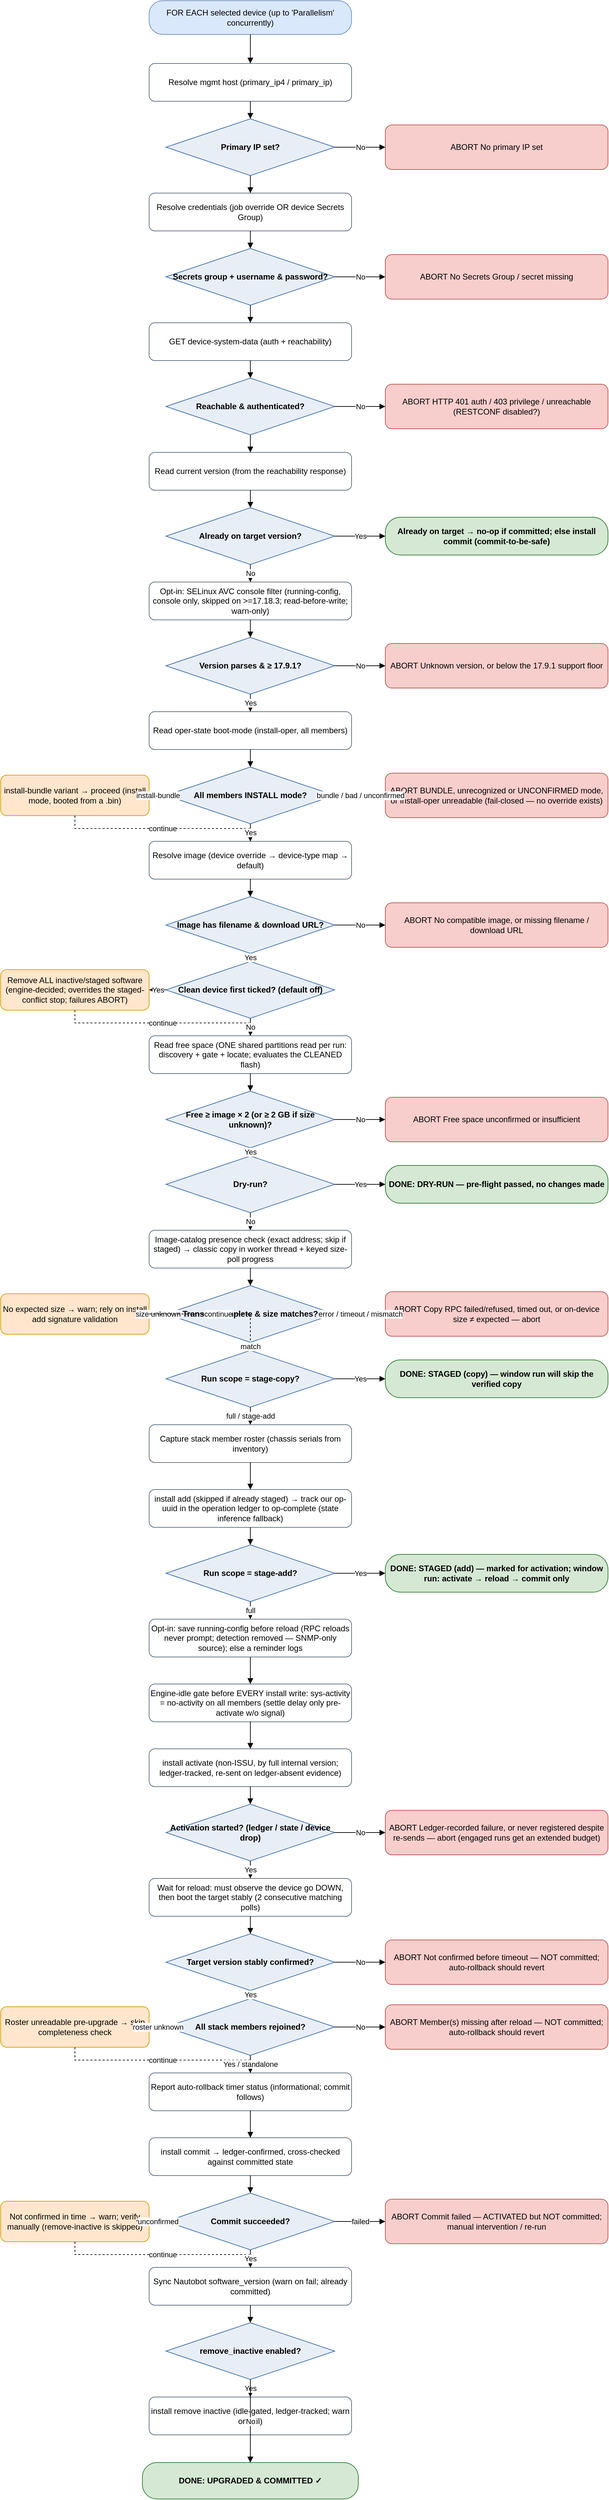
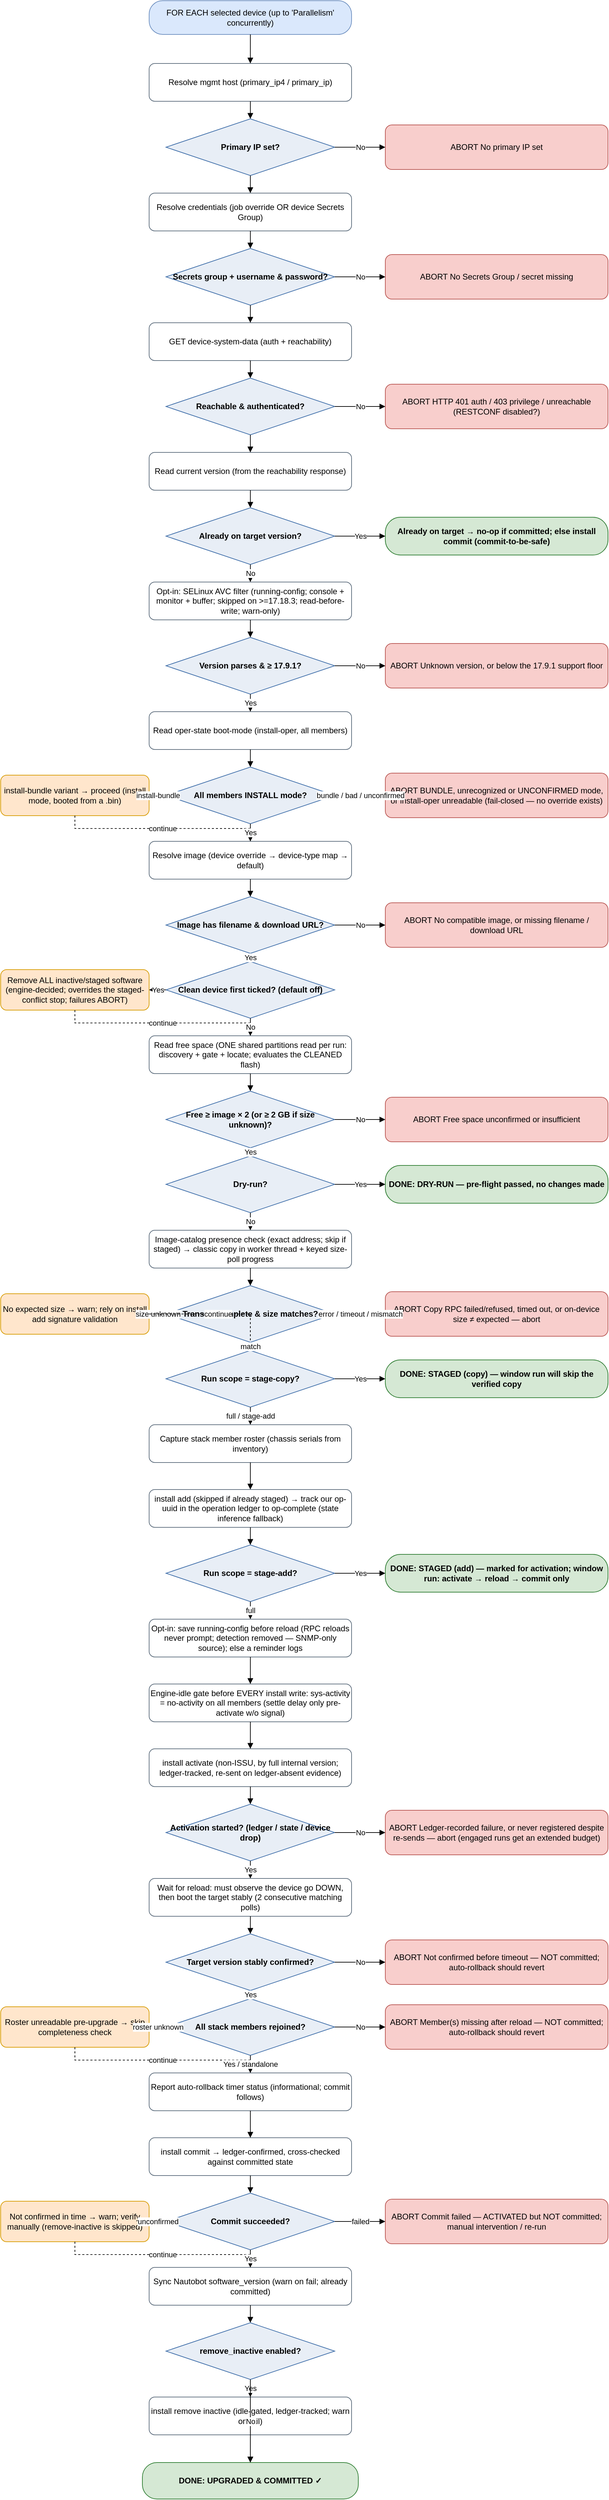
<mxfile host="app.diagrams.net" type="device">
  <diagram name="IOS-XE upgrade flow" id="iosxe-upgrade-flow">
    <mxGraphModel dx="1000" dy="2000" grid="1" gridSize="10" guides="1" tooltips="1"
        connect="1" arrows="1" fold="1" page="1" pageScale="1" math="0" shadow="0">
      <root>
        <mxCell id="0"/>
        <mxCell id="1" parent="0"/>
        <mxCell id="start" value="FOR EACH selected device&amp;#10;(up to &#x27;Parallelism&#x27; concurrently)" style="rounded=1;arcSize=40;whiteSpace=wrap;html=1;fillColor=#DAE8FC;strokeColor=#6C8EBF;" vertex="1" parent="1"><mxGeometry x="250" y="31" width="300" height="50" as="geometry"/></mxCell>
        <mxCell id="host" value="Resolve mgmt host&amp;#10;(primary_ip4 / primary_ip)" style="rounded=1;whiteSpace=wrap;html=1;fillColor=#FFFFFF;strokeColor=#5B6B7B;" vertex="1" parent="1"><mxGeometry x="250" y="124" width="300" height="56" as="geometry"/></mxCell>
        <mxCell id="d_ip" value="Primary IP set?" style="rhombus;whiteSpace=wrap;html=1;fillColor=#E8EEF6;strokeColor=#3C6CA8;fontStyle=1;" vertex="1" parent="1"><mxGeometry x="275" y="206" width="250" height="84" as="geometry"/></mxCell>
        <mxCell id="cred" value="Resolve credentials&amp;#10;(job override OR device Secrets Group)" style="rounded=1;whiteSpace=wrap;html=1;fillColor=#FFFFFF;strokeColor=#5B6B7B;" vertex="1" parent="1"><mxGeometry x="250" y="316" width="300" height="56" as="geometry"/></mxCell>
        <mxCell id="d_cred" value="Secrets group +&amp;#10;username &amp; password?" style="rhombus;whiteSpace=wrap;html=1;fillColor=#E8EEF6;strokeColor=#3C6CA8;fontStyle=1;" vertex="1" parent="1"><mxGeometry x="275" y="398" width="250" height="84" as="geometry"/></mxCell>
        <mxCell id="reach" value="GET device-system-data&amp;#10;(auth + reachability)" style="rounded=1;whiteSpace=wrap;html=1;fillColor=#FFFFFF;strokeColor=#5B6B7B;" vertex="1" parent="1"><mxGeometry x="250" y="508" width="300" height="56" as="geometry"/></mxCell>
        <mxCell id="d_reach" value="Reachable &amp;&amp;#10;authenticated?" style="rhombus;whiteSpace=wrap;html=1;fillColor=#E8EEF6;strokeColor=#3C6CA8;fontStyle=1;" vertex="1" parent="1"><mxGeometry x="275" y="590" width="250" height="84" as="geometry"/></mxCell>
        <mxCell id="curr" value="Read current version&amp;#10;(from the reachability response)" style="rounded=1;whiteSpace=wrap;html=1;fillColor=#FFFFFF;strokeColor=#5B6B7B;" vertex="1" parent="1"><mxGeometry x="250" y="700" width="300" height="56" as="geometry"/></mxCell>
        <mxCell id="d_target" value="Already on&amp;#10;target version?" style="rhombus;whiteSpace=wrap;html=1;fillColor=#E8EEF6;strokeColor=#3C6CA8;fontStyle=1;" vertex="1" parent="1"><mxGeometry x="275" y="782" width="250" height="84" as="geometry"/></mxCell>
-         <mxCell id="avcsup" value="Opt-in: SELinux AVC console filter&amp;#10;(running-config, console only, skipped on&amp;#10;&gt;=17.18.3; read-before-write; warn-only)" style="rounded=1;whiteSpace=wrap;html=1;fillColor=#FFFFFF;strokeColor=#5B6B7B;" vertex="1" parent="1"><mxGeometry x="250" y="892" width="300" height="56" as="geometry"/></mxCell>
+         <mxCell id="avcsup" value="Opt-in: SELinux AVC filter (running-config;&amp;#10;console + monitor + buffer; skipped on&amp;#10;&gt;=17.18.3; read-before-write; warn-only)" style="rounded=1;whiteSpace=wrap;html=1;fillColor=#FFFFFF;strokeColor=#5B6B7B;" vertex="1" parent="1"><mxGeometry x="250" y="892" width="300" height="56" as="geometry"/></mxCell>
        <mxCell id="d_floor" value="Version parses&amp;#10;&amp; ≥ 17.9.1?" style="rhombus;whiteSpace=wrap;html=1;fillColor=#E8EEF6;strokeColor=#3C6CA8;fontStyle=1;" vertex="1" parent="1"><mxGeometry x="275" y="974" width="250" height="84" as="geometry"/></mxCell>
        <mxCell id="mode" value="Read oper-state boot-mode&amp;#10;(install-oper, all members)" style="rounded=1;whiteSpace=wrap;html=1;fillColor=#FFFFFF;strokeColor=#5B6B7B;" vertex="1" parent="1"><mxGeometry x="250" y="1084" width="300" height="56" as="geometry"/></mxCell>
        <mxCell id="d_mode" value="All members&amp;#10;INSTALL mode?" style="rhombus;whiteSpace=wrap;html=1;fillColor=#E8EEF6;strokeColor=#3C6CA8;fontStyle=1;" vertex="1" parent="1"><mxGeometry x="275" y="1166" width="250" height="84" as="geometry"/></mxCell>
        <mxCell id="img" value="Resolve image (device override →&amp;#10;device-type map → default)" style="rounded=1;whiteSpace=wrap;html=1;fillColor=#FFFFFF;strokeColor=#5B6B7B;" vertex="1" parent="1"><mxGeometry x="250" y="1276" width="300" height="56" as="geometry"/></mxCell>
        <mxCell id="d_img" value="Image has filename&amp;#10;&amp; download URL?" style="rhombus;whiteSpace=wrap;html=1;fillColor=#E8EEF6;strokeColor=#3C6CA8;fontStyle=1;" vertex="1" parent="1"><mxGeometry x="275" y="1358" width="250" height="84" as="geometry"/></mxCell>
        <mxCell id="d_clean" value="Clean device first&amp;#10;ticked? (default off)" style="rhombus;whiteSpace=wrap;html=1;fillColor=#E8EEF6;strokeColor=#3C6CA8;fontStyle=1;" vertex="1" parent="1"><mxGeometry x="275" y="1454" width="250" height="84" as="geometry"/></mxCell>
        <mxCell id="space" value="Read free space (ONE shared partitions&amp;#10;read per run: discovery + gate + locate;&amp;#10;evaluates the CLEANED flash)" style="rounded=1;whiteSpace=wrap;html=1;fillColor=#FFFFFF;strokeColor=#5B6B7B;" vertex="1" parent="1"><mxGeometry x="250" y="1564" width="300" height="56" as="geometry"/></mxCell>
        <mxCell id="d_space" value="Free ≥ image × 2&amp;#10;(or ≥ 2 GB if size unknown)?" style="rhombus;whiteSpace=wrap;html=1;fillColor=#E8EEF6;strokeColor=#3C6CA8;fontStyle=1;" vertex="1" parent="1"><mxGeometry x="275" y="1646" width="250" height="84" as="geometry"/></mxCell>
        <mxCell id="d_dry" value="Dry-run?" style="rhombus;whiteSpace=wrap;html=1;fillColor=#E8EEF6;strokeColor=#3C6CA8;fontStyle=1;" vertex="1" parent="1"><mxGeometry x="275" y="1742" width="250" height="84" as="geometry"/></mxCell>
        <mxCell id="copy" value="Image-catalog presence check (exact address;&amp;#10;skip if staged) → classic copy in worker&amp;#10;thread + keyed size-poll progress" style="rounded=1;whiteSpace=wrap;html=1;fillColor=#FFFFFF;strokeColor=#5B6B7B;" vertex="1" parent="1"><mxGeometry x="250" y="1852" width="300" height="56" as="geometry"/></mxCell>
        <mxCell id="d_size" value="Transfer complete&amp;#10;&amp; size matches?" style="rhombus;whiteSpace=wrap;html=1;fillColor=#E8EEF6;strokeColor=#3C6CA8;fontStyle=1;" vertex="1" parent="1"><mxGeometry x="275" y="1934" width="250" height="84" as="geometry"/></mxCell>
        <mxCell id="d_stagecopy" value="Run scope =&amp;#10;stage-copy?" style="rhombus;whiteSpace=wrap;html=1;fillColor=#E8EEF6;strokeColor=#3C6CA8;fontStyle=1;" vertex="1" parent="1"><mxGeometry x="275" y="2030" width="250" height="84" as="geometry"/></mxCell>
        <mxCell id="roster" value="Capture stack member roster&amp;#10;(chassis serials from inventory)" style="rounded=1;whiteSpace=wrap;html=1;fillColor=#FFFFFF;strokeColor=#5B6B7B;" vertex="1" parent="1"><mxGeometry x="250" y="2140" width="300" height="56" as="geometry"/></mxCell>
        <mxCell id="add" value="install add (skipped if already staged) →&amp;#10;track our op-uuid in the operation ledger&amp;#10;to op-complete (state inference fallback)" style="rounded=1;whiteSpace=wrap;html=1;fillColor=#FFFFFF;strokeColor=#5B6B7B;" vertex="1" parent="1"><mxGeometry x="250" y="2236" width="300" height="56" as="geometry"/></mxCell>
        <mxCell id="d_stageadd" value="Run scope =&amp;#10;stage-add?" style="rhombus;whiteSpace=wrap;html=1;fillColor=#E8EEF6;strokeColor=#3C6CA8;fontStyle=1;" vertex="1" parent="1"><mxGeometry x="275" y="2318" width="250" height="84" as="geometry"/></mxCell>
        <mxCell id="cfgsync" value="Opt-in: save running-config before reload&amp;#10;(RPC reloads never prompt; detection removed&amp;#10;— SNMP-only source); else a reminder logs" style="rounded=1;whiteSpace=wrap;html=1;fillColor=#FFFFFF;strokeColor=#5B6B7B;" vertex="1" parent="1"><mxGeometry x="250" y="2428" width="300" height="56" as="geometry"/></mxCell>
        <mxCell id="idle" value="Engine-idle gate before EVERY install write:&amp;#10;sys-activity = no-activity on all members&amp;#10;(settle delay only pre-activate w/o signal)" style="rounded=1;whiteSpace=wrap;html=1;fillColor=#FFFFFF;strokeColor=#5B6B7B;" vertex="1" parent="1"><mxGeometry x="250" y="2524" width="300" height="56" as="geometry"/></mxCell>
        <mxCell id="act" value="install activate (non-ISSU, by full internal&amp;#10;version; ledger-tracked,&amp;#10;re-sent on ledger-absent evidence)" style="rounded=1;whiteSpace=wrap;html=1;fillColor=#FFFFFF;strokeColor=#5B6B7B;" vertex="1" parent="1"><mxGeometry x="250" y="2620" width="300" height="56" as="geometry"/></mxCell>
        <mxCell id="d_act" value="Activation started?&amp;#10;(ledger / state / device drop)" style="rhombus;whiteSpace=wrap;html=1;fillColor=#E8EEF6;strokeColor=#3C6CA8;fontStyle=1;" vertex="1" parent="1"><mxGeometry x="275" y="2702" width="250" height="84" as="geometry"/></mxCell>
        <mxCell id="waitc" value="Wait for reload: must observe the device&amp;#10;go DOWN, then boot the target stably&amp;#10;(2 consecutive matching polls)" style="rounded=1;whiteSpace=wrap;html=1;fillColor=#FFFFFF;strokeColor=#5B6B7B;" vertex="1" parent="1"><mxGeometry x="250" y="2812" width="300" height="56" as="geometry"/></mxCell>
        <mxCell id="d_confirm" value="Target version&amp;#10;stably confirmed?" style="rhombus;whiteSpace=wrap;html=1;fillColor=#E8EEF6;strokeColor=#3C6CA8;fontStyle=1;" vertex="1" parent="1"><mxGeometry x="275" y="2894" width="250" height="84" as="geometry"/></mxCell>
        <mxCell id="d_members" value="All stack members&amp;#10;rejoined?" style="rhombus;whiteSpace=wrap;html=1;fillColor=#E8EEF6;strokeColor=#3C6CA8;fontStyle=1;" vertex="1" parent="1"><mxGeometry x="275" y="2990" width="250" height="84" as="geometry"/></mxCell>
        <mxCell id="rollbackchk" value="Report auto-rollback timer status&amp;#10;(informational; commit follows)" style="rounded=1;whiteSpace=wrap;html=1;fillColor=#FFFFFF;strokeColor=#5B6B7B;" vertex="1" parent="1"><mxGeometry x="250" y="3100" width="300" height="56" as="geometry"/></mxCell>
        <mxCell id="commit" value="install commit → ledger-confirmed,&amp;#10;cross-checked against committed state" style="rounded=1;whiteSpace=wrap;html=1;fillColor=#FFFFFF;strokeColor=#5B6B7B;" vertex="1" parent="1"><mxGeometry x="250" y="3196" width="300" height="56" as="geometry"/></mxCell>
        <mxCell id="d_commit" value="Commit&amp;#10;succeeded?" style="rhombus;whiteSpace=wrap;html=1;fillColor=#E8EEF6;strokeColor=#3C6CA8;fontStyle=1;" vertex="1" parent="1"><mxGeometry x="275" y="3278" width="250" height="84" as="geometry"/></mxCell>
        <mxCell id="sync" value="Sync Nautobot software_version&amp;#10;(warn on fail; already committed)" style="rounded=1;whiteSpace=wrap;html=1;fillColor=#FFFFFF;strokeColor=#5B6B7B;" vertex="1" parent="1"><mxGeometry x="250" y="3388" width="300" height="56" as="geometry"/></mxCell>
        <mxCell id="d_remove" value="remove_inactive&amp;#10;enabled?" style="rhombus;whiteSpace=wrap;html=1;fillColor=#E8EEF6;strokeColor=#3C6CA8;fontStyle=1;" vertex="1" parent="1"><mxGeometry x="275" y="3470" width="250" height="84" as="geometry"/></mxCell>
        <mxCell id="remove" value="install remove inactive (idle-gated,&amp;#10;ledger-tracked; warn on fail)" style="rounded=1;whiteSpace=wrap;html=1;fillColor=#FFFFFF;strokeColor=#5B6B7B;" vertex="1" parent="1"><mxGeometry x="250" y="3580" width="300" height="56" as="geometry"/></mxCell>
        <mxCell id="ok" value="DONE: UPGRADED &amp; COMMITTED ✓" style="rounded=1;arcSize=40;whiteSpace=wrap;html=1;fillColor=#D5E8D4;strokeColor=#2E7D32;fontStyle=1;" vertex="1" parent="1"><mxGeometry x="240" y="3677" width="320" height="54" as="geometry"/></mxCell>
        <mxCell id="d_ip_abort" value="ABORT&amp;#10;No primary IP set" style="rounded=1;whiteSpace=wrap;html=1;fillColor=#F8CECC;strokeColor=#B85450;" vertex="1" parent="1"><mxGeometry x="600" y="215" width="330" height="66" as="geometry"/></mxCell>
        <mxCell id="d_cred_abort" value="ABORT&amp;#10;No Secrets Group / secret missing" style="rounded=1;whiteSpace=wrap;html=1;fillColor=#F8CECC;strokeColor=#B85450;" vertex="1" parent="1"><mxGeometry x="600" y="407" width="330" height="66" as="geometry"/></mxCell>
        <mxCell id="d_reach_abort" value="ABORT&amp;#10;HTTP 401 auth / 403 privilege /&amp;#10;unreachable (RESTCONF disabled?)" style="rounded=1;whiteSpace=wrap;html=1;fillColor=#F8CECC;strokeColor=#B85450;" vertex="1" parent="1"><mxGeometry x="600" y="599" width="330" height="66" as="geometry"/></mxCell>
        <mxCell id="d_target_ok" value="Already on target → no-op if committed;&amp;#10;else install commit (commit-to-be-safe)" style="rounded=1;arcSize=40;whiteSpace=wrap;html=1;fillColor=#D5E8D4;strokeColor=#2E7D32;fontStyle=1;" vertex="1" parent="1"><mxGeometry x="600" y="796" width="330" height="56" as="geometry"/></mxCell>
        <mxCell id="d_floor_abort" value="ABORT&amp;#10;Unknown version, or below the&amp;#10;17.9.1 support floor" style="rounded=1;whiteSpace=wrap;html=1;fillColor=#F8CECC;strokeColor=#B85450;" vertex="1" parent="1"><mxGeometry x="600" y="983" width="330" height="66" as="geometry"/></mxCell>
        <mxCell id="d_mode_abort" value="ABORT&amp;#10;BUNDLE, unrecognized or UNCONFIRMED&amp;#10;mode, or install-oper unreadable&amp;#10;(fail-closed — no override exists)" style="rounded=1;whiteSpace=wrap;html=1;fillColor=#F8CECC;strokeColor=#B85450;" vertex="1" parent="1"><mxGeometry x="600" y="1175" width="330" height="66" as="geometry"/></mxCell>
        <mxCell id="d_mode_warn" value="install-bundle variant → proceed&amp;#10;(install mode, booted from a .bin)" style="rounded=1;whiteSpace=wrap;html=1;fillColor=#FFE6CC;strokeColor=#D79B00;" vertex="1" parent="1"><mxGeometry x="30" y="1178" width="220" height="60" as="geometry"/></mxCell>
        <mxCell id="d_img_abort" value="ABORT&amp;#10;No compatible image, or missing&amp;#10;filename / download URL" style="rounded=1;whiteSpace=wrap;html=1;fillColor=#F8CECC;strokeColor=#B85450;" vertex="1" parent="1"><mxGeometry x="600" y="1367" width="330" height="66" as="geometry"/></mxCell>
        <mxCell id="d_clean_warn" value="Remove ALL inactive/staged software&amp;#10;(engine-decided; overrides the staged-&amp;#10;conflict stop; failures ABORT)" style="rounded=1;whiteSpace=wrap;html=1;fillColor=#FFE6CC;strokeColor=#D79B00;" vertex="1" parent="1"><mxGeometry x="30" y="1466" width="220" height="60" as="geometry"/></mxCell>
        <mxCell id="d_space_abort" value="ABORT&amp;#10;Free space unconfirmed or&amp;#10;insufficient" style="rounded=1;whiteSpace=wrap;html=1;fillColor=#F8CECC;strokeColor=#B85450;" vertex="1" parent="1"><mxGeometry x="600" y="1655" width="330" height="66" as="geometry"/></mxCell>
        <mxCell id="d_dry_ok" value="DONE: DRY-RUN — pre-flight&amp;#10;passed, no changes made" style="rounded=1;arcSize=40;whiteSpace=wrap;html=1;fillColor=#D5E8D4;strokeColor=#2E7D32;fontStyle=1;" vertex="1" parent="1"><mxGeometry x="600" y="1756" width="330" height="56" as="geometry"/></mxCell>
        <mxCell id="d_size_abort" value="ABORT&amp;#10;Copy RPC failed/refused, timed out,&amp;#10;or on-device size ≠ expected — abort" style="rounded=1;whiteSpace=wrap;html=1;fillColor=#F8CECC;strokeColor=#B85450;" vertex="1" parent="1"><mxGeometry x="600" y="1943" width="330" height="66" as="geometry"/></mxCell>
        <mxCell id="d_size_warn" value="No expected size → warn; rely on&amp;#10;install add signature validation" style="rounded=1;whiteSpace=wrap;html=1;fillColor=#FFE6CC;strokeColor=#D79B00;" vertex="1" parent="1"><mxGeometry x="30" y="1946" width="220" height="60" as="geometry"/></mxCell>
        <mxCell id="d_stagecopy_ok" value="DONE: STAGED (copy) — window run&amp;#10;will skip the verified copy" style="rounded=1;arcSize=40;whiteSpace=wrap;html=1;fillColor=#D5E8D4;strokeColor=#2E7D32;fontStyle=1;" vertex="1" parent="1"><mxGeometry x="600" y="2044" width="330" height="56" as="geometry"/></mxCell>
        <mxCell id="d_stageadd_ok" value="DONE: STAGED (add) — marked for&amp;#10;activation; window run: activate →&amp;#10;reload → commit only" style="rounded=1;arcSize=40;whiteSpace=wrap;html=1;fillColor=#D5E8D4;strokeColor=#2E7D32;fontStyle=1;" vertex="1" parent="1"><mxGeometry x="600" y="2332" width="330" height="56" as="geometry"/></mxCell>
        <mxCell id="d_act_abort" value="ABORT&amp;#10;Ledger-recorded failure, or never&amp;#10;registered despite re-sends — abort&amp;#10;(engaged runs get an extended budget)" style="rounded=1;whiteSpace=wrap;html=1;fillColor=#F8CECC;strokeColor=#B85450;" vertex="1" parent="1"><mxGeometry x="600" y="2711" width="330" height="66" as="geometry"/></mxCell>
        <mxCell id="d_confirm_abort" value="ABORT&amp;#10;Not confirmed before timeout — NOT&amp;#10;committed; auto-rollback should revert" style="rounded=1;whiteSpace=wrap;html=1;fillColor=#F8CECC;strokeColor=#B85450;" vertex="1" parent="1"><mxGeometry x="600" y="2903" width="330" height="66" as="geometry"/></mxCell>
        <mxCell id="d_members_abort" value="ABORT&amp;#10;Member(s) missing after reload — NOT&amp;#10;committed; auto-rollback should revert" style="rounded=1;whiteSpace=wrap;html=1;fillColor=#F8CECC;strokeColor=#B85450;" vertex="1" parent="1"><mxGeometry x="600" y="2999" width="330" height="66" as="geometry"/></mxCell>
        <mxCell id="d_members_warn" value="Roster unreadable pre-upgrade →&amp;#10;skip completeness check" style="rounded=1;whiteSpace=wrap;html=1;fillColor=#FFE6CC;strokeColor=#D79B00;" vertex="1" parent="1"><mxGeometry x="30" y="3002" width="220" height="60" as="geometry"/></mxCell>
        <mxCell id="d_commit_abort" value="ABORT&amp;#10;Commit failed — ACTIVATED but NOT&amp;#10;committed; manual intervention / re-run" style="rounded=1;whiteSpace=wrap;html=1;fillColor=#F8CECC;strokeColor=#B85450;" vertex="1" parent="1"><mxGeometry x="600" y="3287" width="330" height="66" as="geometry"/></mxCell>
        <mxCell id="d_commit_warn" value="Not confirmed in time → warn;&amp;#10;verify manually (remove-inactive&amp;#10;is skipped)" style="rounded=1;whiteSpace=wrap;html=1;fillColor=#FFE6CC;strokeColor=#D79B00;" vertex="1" parent="1"><mxGeometry x="30" y="3290" width="220" height="60" as="geometry"/></mxCell>
        <mxCell id="e_d_ip_abort" value="No" style="edgeStyle=orthogonalEdgeStyle;rounded=0;html=1;endArrow=block;" edge="1" parent="1" source="d_ip" target="d_ip_abort"><mxGeometry relative="1" as="geometry"/></mxCell>
        <mxCell id="e_d_cred_abort" value="No" style="edgeStyle=orthogonalEdgeStyle;rounded=0;html=1;endArrow=block;" edge="1" parent="1" source="d_cred" target="d_cred_abort"><mxGeometry relative="1" as="geometry"/></mxCell>
        <mxCell id="e_d_reach_abort" value="No" style="edgeStyle=orthogonalEdgeStyle;rounded=0;html=1;endArrow=block;" edge="1" parent="1" source="d_reach" target="d_reach_abort"><mxGeometry relative="1" as="geometry"/></mxCell>
        <mxCell id="e_d_target_ok" value="Yes" style="edgeStyle=orthogonalEdgeStyle;rounded=0;html=1;endArrow=block;" edge="1" parent="1" source="d_target" target="d_target_ok"><mxGeometry relative="1" as="geometry"/></mxCell>
        <mxCell id="e_d_floor_abort" value="No" style="edgeStyle=orthogonalEdgeStyle;rounded=0;html=1;endArrow=block;" edge="1" parent="1" source="d_floor" target="d_floor_abort"><mxGeometry relative="1" as="geometry"/></mxCell>
        <mxCell id="e_d_mode_abort" value="bundle / bad /
unconfirmed" style="edgeStyle=orthogonalEdgeStyle;rounded=0;html=1;endArrow=block;" edge="1" parent="1" source="d_mode" target="d_mode_abort"><mxGeometry relative="1" as="geometry"/></mxCell>
        <mxCell id="e_d_mode_warn" value="install-bundle" style="edgeStyle=orthogonalEdgeStyle;rounded=0;html=1;endArrow=block;" edge="1" parent="1" source="d_mode" target="d_mode_warn"><mxGeometry relative="1" as="geometry"/></mxCell>
        <mxCell id="e_d_mode_warn_join" value="continue" style="edgeStyle=orthogonalEdgeStyle;rounded=0;html=1;endArrow=block;dashed=1;" edge="1" parent="1" source="d_mode_warn" target="img"><mxGeometry relative="1" as="geometry"/></mxCell>
        <mxCell id="e_d_img_abort" value="No" style="edgeStyle=orthogonalEdgeStyle;rounded=0;html=1;endArrow=block;" edge="1" parent="1" source="d_img" target="d_img_abort"><mxGeometry relative="1" as="geometry"/></mxCell>
        <mxCell id="e_d_clean_warn" value="Yes" style="edgeStyle=orthogonalEdgeStyle;rounded=0;html=1;endArrow=block;" edge="1" parent="1" source="d_clean" target="d_clean_warn"><mxGeometry relative="1" as="geometry"/></mxCell>
        <mxCell id="e_d_clean_warn_join" value="continue" style="edgeStyle=orthogonalEdgeStyle;rounded=0;html=1;endArrow=block;dashed=1;" edge="1" parent="1" source="d_clean_warn" target="space"><mxGeometry relative="1" as="geometry"/></mxCell>
        <mxCell id="e_d_space_abort" value="No" style="edgeStyle=orthogonalEdgeStyle;rounded=0;html=1;endArrow=block;" edge="1" parent="1" source="d_space" target="d_space_abort"><mxGeometry relative="1" as="geometry"/></mxCell>
        <mxCell id="e_d_dry_ok" value="Yes" style="edgeStyle=orthogonalEdgeStyle;rounded=0;html=1;endArrow=block;" edge="1" parent="1" source="d_dry" target="d_dry_ok"><mxGeometry relative="1" as="geometry"/></mxCell>
        <mxCell id="e_d_size_abort" value="error / timeout /
mismatch" style="edgeStyle=orthogonalEdgeStyle;rounded=0;html=1;endArrow=block;" edge="1" parent="1" source="d_size" target="d_size_abort"><mxGeometry relative="1" as="geometry"/></mxCell>
        <mxCell id="e_d_size_warn" value="size unknown" style="edgeStyle=orthogonalEdgeStyle;rounded=0;html=1;endArrow=block;" edge="1" parent="1" source="d_size" target="d_size_warn"><mxGeometry relative="1" as="geometry"/></mxCell>
        <mxCell id="e_d_size_warn_join" value="continue" style="edgeStyle=orthogonalEdgeStyle;rounded=0;html=1;endArrow=block;dashed=1;" edge="1" parent="1" source="d_size_warn" target="d_stagecopy"><mxGeometry relative="1" as="geometry"/></mxCell>
        <mxCell id="e_d_stagecopy_ok" value="Yes" style="edgeStyle=orthogonalEdgeStyle;rounded=0;html=1;endArrow=block;" edge="1" parent="1" source="d_stagecopy" target="d_stagecopy_ok"><mxGeometry relative="1" as="geometry"/></mxCell>
        <mxCell id="e_d_stageadd_ok" value="Yes" style="edgeStyle=orthogonalEdgeStyle;rounded=0;html=1;endArrow=block;" edge="1" parent="1" source="d_stageadd" target="d_stageadd_ok"><mxGeometry relative="1" as="geometry"/></mxCell>
        <mxCell id="e_d_act_abort" value="No" style="edgeStyle=orthogonalEdgeStyle;rounded=0;html=1;endArrow=block;" edge="1" parent="1" source="d_act" target="d_act_abort"><mxGeometry relative="1" as="geometry"/></mxCell>
        <mxCell id="e_d_confirm_abort" value="No" style="edgeStyle=orthogonalEdgeStyle;rounded=0;html=1;endArrow=block;" edge="1" parent="1" source="d_confirm" target="d_confirm_abort"><mxGeometry relative="1" as="geometry"/></mxCell>
        <mxCell id="e_d_members_abort" value="No" style="edgeStyle=orthogonalEdgeStyle;rounded=0;html=1;endArrow=block;" edge="1" parent="1" source="d_members" target="d_members_abort"><mxGeometry relative="1" as="geometry"/></mxCell>
        <mxCell id="e_d_members_warn" value="roster unknown" style="edgeStyle=orthogonalEdgeStyle;rounded=0;html=1;endArrow=block;" edge="1" parent="1" source="d_members" target="d_members_warn"><mxGeometry relative="1" as="geometry"/></mxCell>
        <mxCell id="e_d_members_warn_join" value="continue" style="edgeStyle=orthogonalEdgeStyle;rounded=0;html=1;endArrow=block;dashed=1;" edge="1" parent="1" source="d_members_warn" target="rollbackchk"><mxGeometry relative="1" as="geometry"/></mxCell>
        <mxCell id="e_d_commit_abort" value="failed" style="edgeStyle=orthogonalEdgeStyle;rounded=0;html=1;endArrow=block;" edge="1" parent="1" source="d_commit" target="d_commit_abort"><mxGeometry relative="1" as="geometry"/></mxCell>
        <mxCell id="e_d_commit_warn" value="unconfirmed" style="edgeStyle=orthogonalEdgeStyle;rounded=0;html=1;endArrow=block;" edge="1" parent="1" source="d_commit" target="d_commit_warn"><mxGeometry relative="1" as="geometry"/></mxCell>
        <mxCell id="e_d_commit_warn_join" value="continue" style="edgeStyle=orthogonalEdgeStyle;rounded=0;html=1;endArrow=block;dashed=1;" edge="1" parent="1" source="d_commit_warn" target="sync"><mxGeometry relative="1" as="geometry"/></mxCell>
        <mxCell id="e_start_host" value="" style="edgeStyle=orthogonalEdgeStyle;rounded=0;html=1;endArrow=block;" edge="1" parent="1" source="start" target="host"><mxGeometry relative="1" as="geometry"/></mxCell>
        <mxCell id="e_host_d_ip" value="" style="edgeStyle=orthogonalEdgeStyle;rounded=0;html=1;endArrow=block;" edge="1" parent="1" source="host" target="d_ip"><mxGeometry relative="1" as="geometry"/></mxCell>
        <mxCell id="e_d_ip_cred" value="" style="edgeStyle=orthogonalEdgeStyle;rounded=0;html=1;endArrow=block;" edge="1" parent="1" source="d_ip" target="cred"><mxGeometry relative="1" as="geometry"/></mxCell>
        <mxCell id="e_cred_d_cred" value="" style="edgeStyle=orthogonalEdgeStyle;rounded=0;html=1;endArrow=block;" edge="1" parent="1" source="cred" target="d_cred"><mxGeometry relative="1" as="geometry"/></mxCell>
        <mxCell id="e_d_cred_reach" value="" style="edgeStyle=orthogonalEdgeStyle;rounded=0;html=1;endArrow=block;" edge="1" parent="1" source="d_cred" target="reach"><mxGeometry relative="1" as="geometry"/></mxCell>
        <mxCell id="e_reach_d_reach" value="" style="edgeStyle=orthogonalEdgeStyle;rounded=0;html=1;endArrow=block;" edge="1" parent="1" source="reach" target="d_reach"><mxGeometry relative="1" as="geometry"/></mxCell>
        <mxCell id="e_d_reach_curr" value="" style="edgeStyle=orthogonalEdgeStyle;rounded=0;html=1;endArrow=block;" edge="1" parent="1" source="d_reach" target="curr"><mxGeometry relative="1" as="geometry"/></mxCell>
        <mxCell id="e_curr_d_target" value="" style="edgeStyle=orthogonalEdgeStyle;rounded=0;html=1;endArrow=block;" edge="1" parent="1" source="curr" target="d_target"><mxGeometry relative="1" as="geometry"/></mxCell>
        <mxCell id="e_d_target_avcsup" value="No" style="edgeStyle=orthogonalEdgeStyle;rounded=0;html=1;endArrow=block;" edge="1" parent="1" source="d_target" target="avcsup"><mxGeometry relative="1" as="geometry"/></mxCell>
        <mxCell id="e_avcsup_d_floor" value="" style="edgeStyle=orthogonalEdgeStyle;rounded=0;html=1;endArrow=block;" edge="1" parent="1" source="avcsup" target="d_floor"><mxGeometry relative="1" as="geometry"/></mxCell>
        <mxCell id="e_d_floor_mode" value="Yes" style="edgeStyle=orthogonalEdgeStyle;rounded=0;html=1;endArrow=block;" edge="1" parent="1" source="d_floor" target="mode"><mxGeometry relative="1" as="geometry"/></mxCell>
        <mxCell id="e_mode_d_mode" value="" style="edgeStyle=orthogonalEdgeStyle;rounded=0;html=1;endArrow=block;" edge="1" parent="1" source="mode" target="d_mode"><mxGeometry relative="1" as="geometry"/></mxCell>
        <mxCell id="e_d_mode_img" value="Yes" style="edgeStyle=orthogonalEdgeStyle;rounded=0;html=1;endArrow=block;" edge="1" parent="1" source="d_mode" target="img"><mxGeometry relative="1" as="geometry"/></mxCell>
        <mxCell id="e_img_d_img" value="" style="edgeStyle=orthogonalEdgeStyle;rounded=0;html=1;endArrow=block;" edge="1" parent="1" source="img" target="d_img"><mxGeometry relative="1" as="geometry"/></mxCell>
        <mxCell id="e_d_img_d_clean" value="Yes" style="edgeStyle=orthogonalEdgeStyle;rounded=0;html=1;endArrow=block;" edge="1" parent="1" source="d_img" target="d_clean"><mxGeometry relative="1" as="geometry"/></mxCell>
        <mxCell id="e_d_clean_space" value="No" style="edgeStyle=orthogonalEdgeStyle;rounded=0;html=1;endArrow=block;" edge="1" parent="1" source="d_clean" target="space"><mxGeometry relative="1" as="geometry"/></mxCell>
        <mxCell id="e_space_d_space" value="" style="edgeStyle=orthogonalEdgeStyle;rounded=0;html=1;endArrow=block;" edge="1" parent="1" source="space" target="d_space"><mxGeometry relative="1" as="geometry"/></mxCell>
        <mxCell id="e_d_space_d_dry" value="Yes" style="edgeStyle=orthogonalEdgeStyle;rounded=0;html=1;endArrow=block;" edge="1" parent="1" source="d_space" target="d_dry"><mxGeometry relative="1" as="geometry"/></mxCell>
        <mxCell id="e_d_dry_copy" value="No" style="edgeStyle=orthogonalEdgeStyle;rounded=0;html=1;endArrow=block;" edge="1" parent="1" source="d_dry" target="copy"><mxGeometry relative="1" as="geometry"/></mxCell>
        <mxCell id="e_copy_d_size" value="" style="edgeStyle=orthogonalEdgeStyle;rounded=0;html=1;endArrow=block;" edge="1" parent="1" source="copy" target="d_size"><mxGeometry relative="1" as="geometry"/></mxCell>
        <mxCell id="e_d_size_d_stagecopy" value="match" style="edgeStyle=orthogonalEdgeStyle;rounded=0;html=1;endArrow=block;" edge="1" parent="1" source="d_size" target="d_stagecopy"><mxGeometry relative="1" as="geometry"/></mxCell>
        <mxCell id="e_d_stagecopy_roster" value="full / stage-add" style="edgeStyle=orthogonalEdgeStyle;rounded=0;html=1;endArrow=block;" edge="1" parent="1" source="d_stagecopy" target="roster"><mxGeometry relative="1" as="geometry"/></mxCell>
        <mxCell id="e_roster_add" value="" style="edgeStyle=orthogonalEdgeStyle;rounded=0;html=1;endArrow=block;" edge="1" parent="1" source="roster" target="add"><mxGeometry relative="1" as="geometry"/></mxCell>
        <mxCell id="e_add_d_stageadd" value="" style="edgeStyle=orthogonalEdgeStyle;rounded=0;html=1;endArrow=block;" edge="1" parent="1" source="add" target="d_stageadd"><mxGeometry relative="1" as="geometry"/></mxCell>
        <mxCell id="e_d_stageadd_cfgsync" value="full" style="edgeStyle=orthogonalEdgeStyle;rounded=0;html=1;endArrow=block;" edge="1" parent="1" source="d_stageadd" target="cfgsync"><mxGeometry relative="1" as="geometry"/></mxCell>
        <mxCell id="e_cfgsync_idle" value="" style="edgeStyle=orthogonalEdgeStyle;rounded=0;html=1;endArrow=block;" edge="1" parent="1" source="cfgsync" target="idle"><mxGeometry relative="1" as="geometry"/></mxCell>
        <mxCell id="e_idle_act" value="" style="edgeStyle=orthogonalEdgeStyle;rounded=0;html=1;endArrow=block;" edge="1" parent="1" source="idle" target="act"><mxGeometry relative="1" as="geometry"/></mxCell>
        <mxCell id="e_act_d_act" value="" style="edgeStyle=orthogonalEdgeStyle;rounded=0;html=1;endArrow=block;" edge="1" parent="1" source="act" target="d_act"><mxGeometry relative="1" as="geometry"/></mxCell>
        <mxCell id="e_d_act_waitc" value="Yes" style="edgeStyle=orthogonalEdgeStyle;rounded=0;html=1;endArrow=block;" edge="1" parent="1" source="d_act" target="waitc"><mxGeometry relative="1" as="geometry"/></mxCell>
        <mxCell id="e_waitc_d_confirm" value="" style="edgeStyle=orthogonalEdgeStyle;rounded=0;html=1;endArrow=block;" edge="1" parent="1" source="waitc" target="d_confirm"><mxGeometry relative="1" as="geometry"/></mxCell>
        <mxCell id="e_d_confirm_d_members" value="Yes" style="edgeStyle=orthogonalEdgeStyle;rounded=0;html=1;endArrow=block;" edge="1" parent="1" source="d_confirm" target="d_members"><mxGeometry relative="1" as="geometry"/></mxCell>
        <mxCell id="e_d_members_rollbackchk" value="Yes / standalone" style="edgeStyle=orthogonalEdgeStyle;rounded=0;html=1;endArrow=block;" edge="1" parent="1" source="d_members" target="rollbackchk"><mxGeometry relative="1" as="geometry"/></mxCell>
        <mxCell id="e_rollbackchk_commit" value="" style="edgeStyle=orthogonalEdgeStyle;rounded=0;html=1;endArrow=block;" edge="1" parent="1" source="rollbackchk" target="commit"><mxGeometry relative="1" as="geometry"/></mxCell>
        <mxCell id="e_commit_d_commit" value="" style="edgeStyle=orthogonalEdgeStyle;rounded=0;html=1;endArrow=block;" edge="1" parent="1" source="commit" target="d_commit"><mxGeometry relative="1" as="geometry"/></mxCell>
        <mxCell id="e_d_commit_sync" value="Yes" style="edgeStyle=orthogonalEdgeStyle;rounded=0;html=1;endArrow=block;" edge="1" parent="1" source="d_commit" target="sync"><mxGeometry relative="1" as="geometry"/></mxCell>
        <mxCell id="e_sync_d_remove" value="" style="edgeStyle=orthogonalEdgeStyle;rounded=0;html=1;endArrow=block;" edge="1" parent="1" source="sync" target="d_remove"><mxGeometry relative="1" as="geometry"/></mxCell>
        <mxCell id="e_remove_yes" value="Yes" style="edgeStyle=orthogonalEdgeStyle;rounded=0;html=1;endArrow=block;" edge="1" parent="1" source="d_remove" target="remove"><mxGeometry relative="1" as="geometry"/></mxCell>
        <mxCell id="e_remove_ok" value="" style="edgeStyle=orthogonalEdgeStyle;rounded=0;html=1;endArrow=block;" edge="1" parent="1" source="remove" target="ok"><mxGeometry relative="1" as="geometry"/></mxCell>
        <mxCell id="e_remove_no" value="No" style="edgeStyle=orthogonalEdgeStyle;rounded=0;html=1;endArrow=block;" edge="1" parent="1" source="d_remove" target="ok"><mxGeometry relative="1" as="geometry"/></mxCell>
      </root>
    </mxGraphModel>
  </diagram>
</mxfile>
